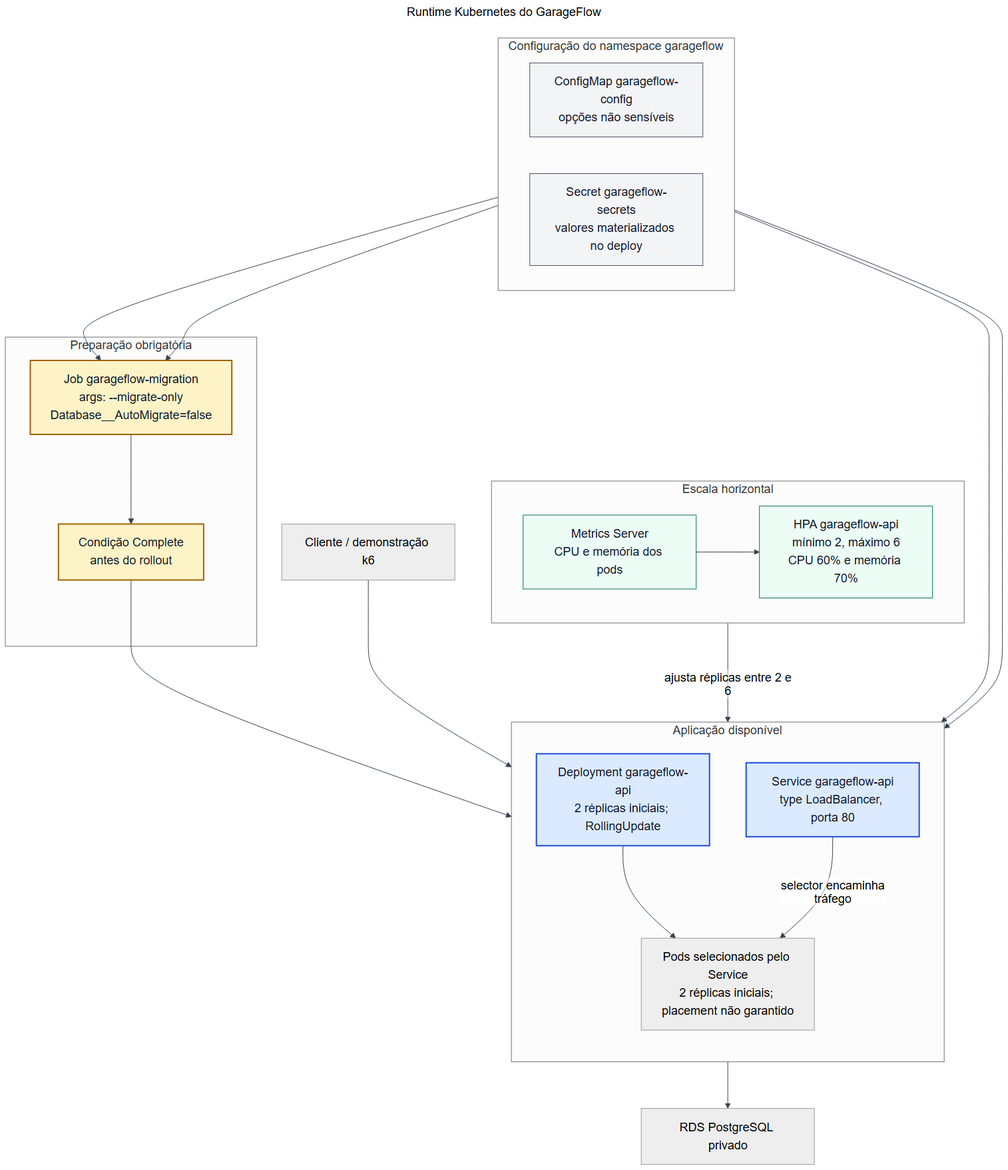
Earlier version of the Mermaid export docs/architecture/diagrams/images/kubernetes.png (DiegoRugue/GarageFlow). Its source is kept beside it as docs/architecture/diagrams/source/kubernetes.mmd.
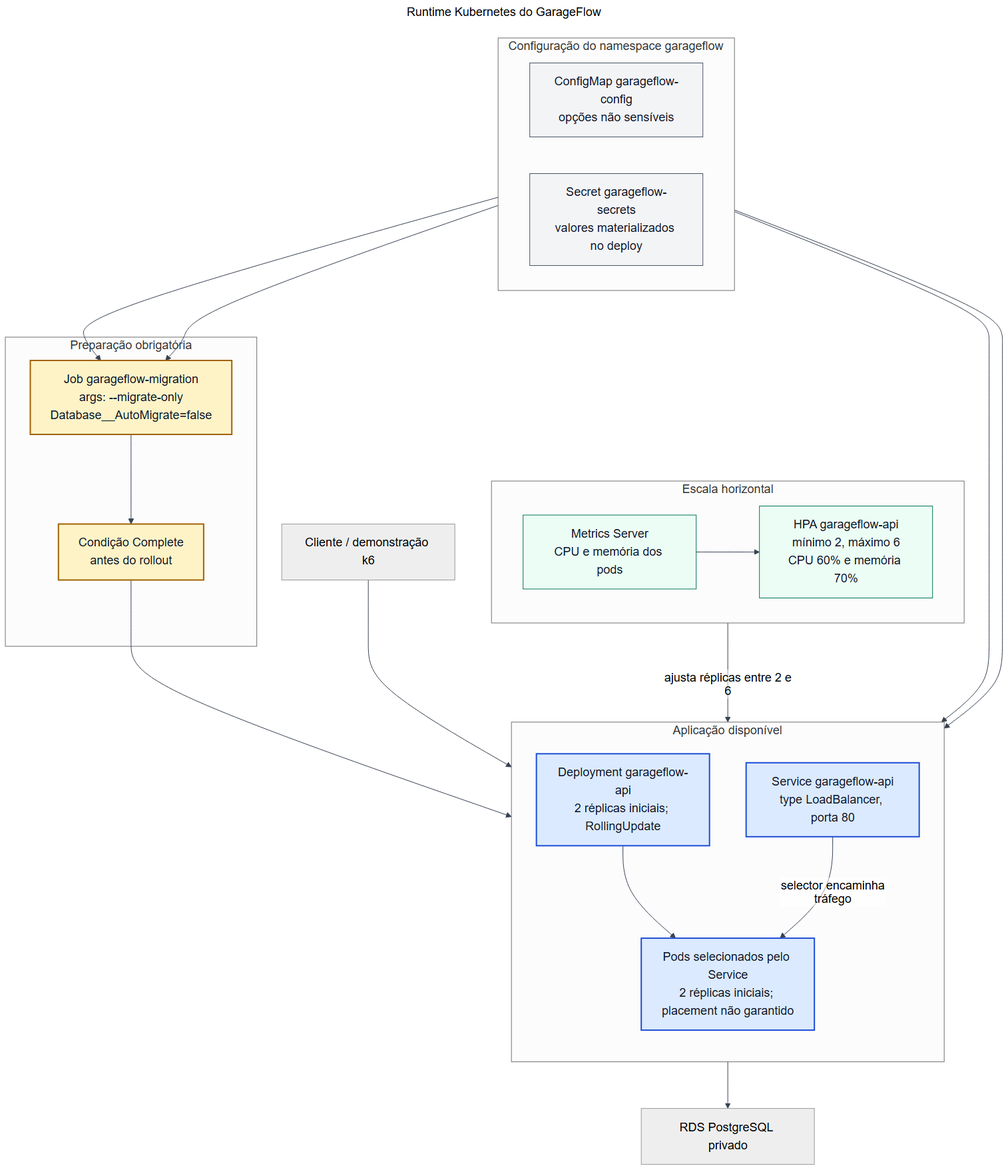
The same file after the commit.

Commit message:
fix(docs): style rendered kubernetes pods

Change to the diagram source:
```diff
@@ -47,5 +47,5 @@
     classDef scale fill:#ecfdf5,stroke:#047857,color:#111827;
     class ConfigMap,Secret config;
     class Job,Complete gate;
-    class Deployment,Pod1,Pod2,Service runtime;
+    class Deployment,Pods,Service runtime;
     class Metrics,HPA scale;
```
